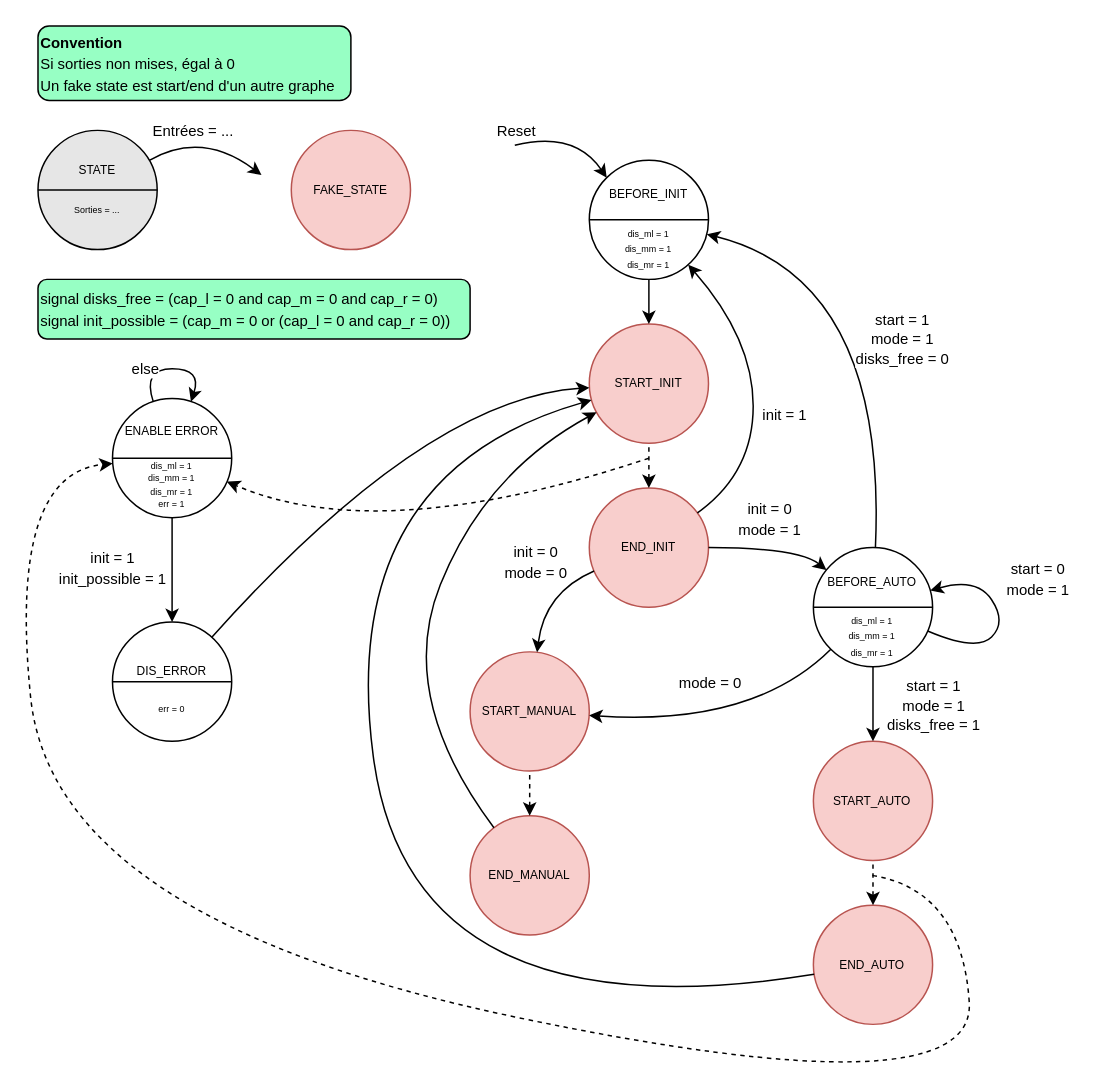
This is doc/diags/state_global.drawio from Schokiiiiiiii/csn26, a draw.io file, before an edit. Source tidied: cells renumbered, new cells numbered last; positions are measured from the earlier drawing's top-left corner, leaving out a move shared by most shapes. Both pictures are drawn from the tidied source at 149%, with x=0, y=0 at pixel (7, 25).
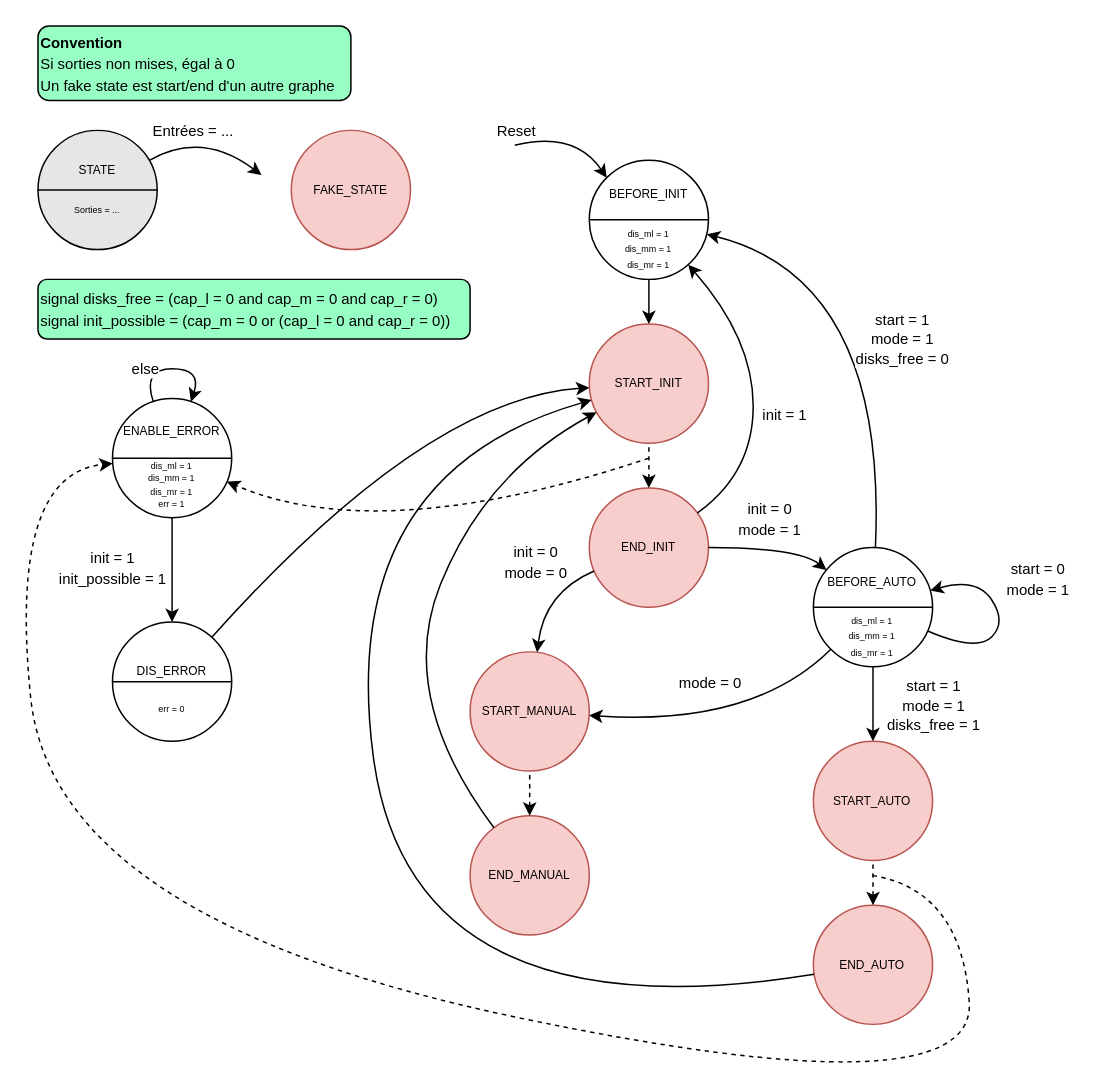
After the change.

Diff of the diagram source:
```diff
@@
-    <mxCell id="35" value="&lt;div style=&quot;line-height: 90%;&quot;&gt;&lt;br&gt;&lt;/div&gt;&lt;div style=&quot;line-height: 70%;&quot;&gt;&lt;font style=&quot;line-height: 90%;&quot;&gt;&lt;font style=&quot;font-size: 8px;&quot;&gt;ENABLE ERROR&lt;/font&gt;&lt;/font&gt;&lt;/div&gt;&lt;div style=&quot;line-height: 70%;&quot;&gt;&lt;span style=&quot;font-size: 8px;&quot;&gt;&lt;br&gt;&lt;/span&gt;&lt;div&gt;&lt;span&gt;&lt;font style=&quot;font-size: 6px; line-height: 70%;&quot;&gt;dis_ml = 1&lt;/font&gt;&lt;/span&gt;&lt;/div&gt;&lt;div&gt;&lt;span&gt;&lt;font style=&quot;font-size: 6px; line-height: 70%;&quot;&gt;dis_mm = 1&lt;/font&gt;&lt;/span&gt;&lt;/div&gt;&lt;div&gt;&lt;span&gt;&lt;font style=&quot;font-size: 6px; line-height: 70%;&quot;&gt;dis_mr = 1&lt;/font&gt;&lt;/span&gt;&lt;/div&gt;&lt;div&gt;&lt;span style=&quot;font-size: 6px;&quot;&gt;err = 1&lt;/span&gt;&lt;/div&gt;&lt;/div&gt;" style="ellipse;whiteSpace=wrap;html=1;" parent="1" vertex="1">
+    <mxCell id="35" value="&lt;div style=&quot;line-height: 90%;&quot;&gt;&lt;br&gt;&lt;/div&gt;&lt;div style=&quot;line-height: 70%;&quot;&gt;&lt;font style=&quot;line-height: 90%;&quot;&gt;&lt;font style=&quot;font-size: 8px;&quot;&gt;ENABLE_ERROR&lt;/font&gt;&lt;/font&gt;&lt;/div&gt;&lt;div style=&quot;line-height: 70%;&quot;&gt;&lt;span style=&quot;font-size: 8px;&quot;&gt;&lt;br&gt;&lt;/span&gt;&lt;div&gt;&lt;span&gt;&lt;font style=&quot;font-size: 6px; line-height: 70%;&quot;&gt;dis_ml = 1&lt;/font&gt;&lt;/span&gt;&lt;/div&gt;&lt;div&gt;&lt;span&gt;&lt;font style=&quot;font-size: 6px; line-height: 70%;&quot;&gt;dis_mm = 1&lt;/font&gt;&lt;/span&gt;&lt;/div&gt;&lt;div&gt;&lt;span&gt;&lt;font style=&quot;font-size: 6px; line-height: 70%;&quot;&gt;dis_mr = 1&lt;/font&gt;&lt;/span&gt;&lt;/div&gt;&lt;div&gt;&lt;span style=&quot;font-size: 6px;&quot;&gt;err = 1&lt;/span&gt;&lt;/div&gt;&lt;/div&gt;" style="ellipse;whiteSpace=wrap;html=1;" parent="1" vertex="1">
       <mxGeometry x="70" y="250" width="80" height="80" as="geometry" />
     </mxCell>
```
